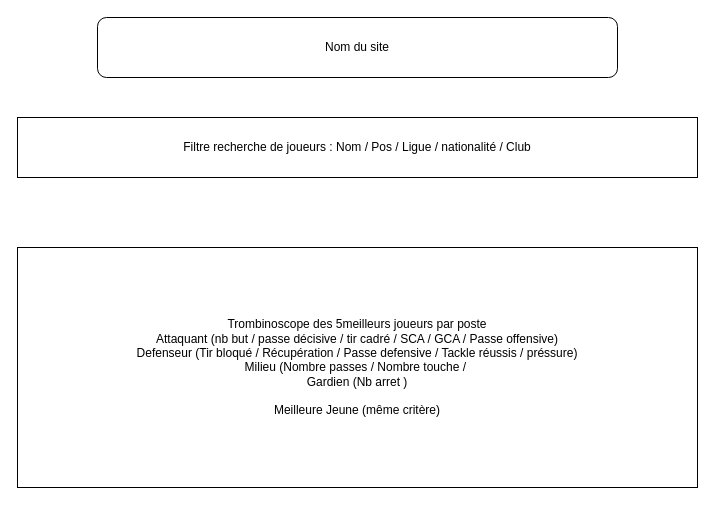
The draw.io diagram page "Sommaire / acceuil" (4 of 5) of Affichage Projet.drawio in floryan62160/Scrapping-Fbref, before the edit. Source tidied: cells renumbered, new cells numbered last; positions are measured from the earlier drawing's top-left corner, leaving out a move shared by most shapes. Both pictures are drawn from the tidied source at 100%, with x=0, y=0 at pixel (17, 17).
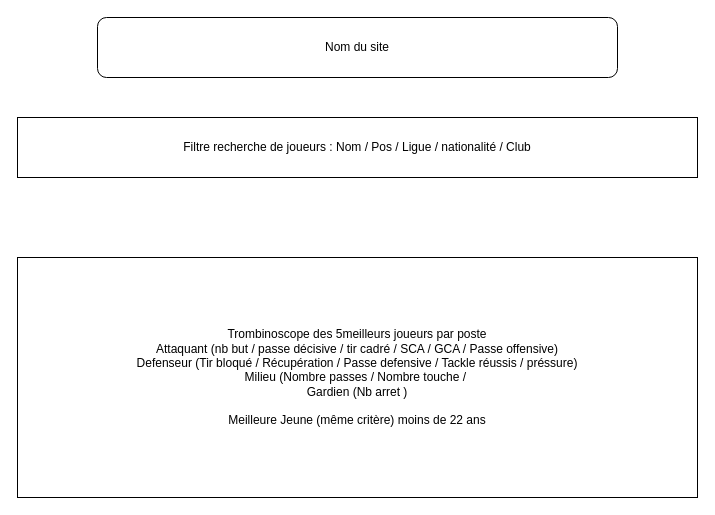
The same diagram, later.

What changed in the source:
```diff
@@
 <mxGraphModel>
   <root>
     <mxCell id="0" />
     <mxCell id="1" parent="0" />
     <mxCell id="2" value="Nom du site" style="rounded=1;whiteSpace=wrap;html=1;" parent="1" vertex="1">
       <mxGeometry x="80" width="520" height="60" as="geometry" />
     </mxCell>
-    <mxCell id="3" value="&lt;div&gt;Trombinoscope des 5meilleurs joueurs par poste&lt;/div&gt;&lt;div&gt;Attaquant (nb but / passe décisive / tir cadré / SCA / GCA / Passe offensive)&lt;/div&gt;&lt;div&gt;Defenseur (Tir bloqué / Récupération / Passe defensive / Tackle réussis / préssure)&lt;/div&gt;&lt;div&gt;Milieu (Nombre passes / Nombre touche /&amp;nbsp; &lt;br&gt;&lt;/div&gt;&lt;div&gt;Gardien (Nb arret )&lt;/div&gt;&lt;div&gt;&lt;br&gt;&lt;/div&gt;&lt;div&gt;Meilleure Jeune (même critère)&lt;br&gt;&lt;/div&gt;" style="rounded=0;whiteSpace=wrap;html=1;" parent="1" vertex="1">
-      <mxGeometry y="230" width="680" height="240" as="geometry" />
+    <mxCell id="3" value="&lt;div&gt;Trombinoscope des 5meilleurs joueurs par poste&lt;/div&gt;&lt;div&gt;Attaquant (nb but / passe décisive / tir cadré / SCA / GCA / Passe offensive)&lt;/div&gt;&lt;div&gt;Defenseur (Tir bloqué / Récupération / Passe defensive / Tackle réussis / préssure)&lt;/div&gt;&lt;div&gt;Milieu (Nombre passes / Nombre touche /&amp;nbsp; &lt;br&gt;&lt;/div&gt;&lt;div&gt;Gardien (Nb arret )&lt;/div&gt;&lt;div&gt;&lt;br&gt;&lt;/div&gt;&lt;div&gt;Meilleure Jeune (même critère) moins de 22 ans &lt;br&gt;&lt;/div&gt;" style="rounded=0;whiteSpace=wrap;html=1;" parent="1" vertex="1">
+      <mxGeometry y="240" width="680" height="240" as="geometry" />
     </mxCell>
     <mxCell id="4" value="Filtre recherche de joueurs : Nom / Pos / Ligue / nationalité / Club" style="rounded=0;whiteSpace=wrap;html=1;" parent="1" vertex="1">
       <mxGeometry y="100" width="680" height="60" as="geometry" />
     </mxCell>
   </root>
 </mxGraphModel>
```
